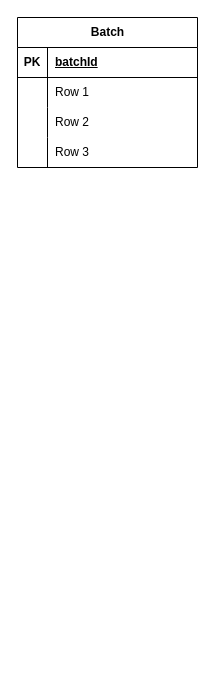
wardance-ferret/drawio keeps this draw.io diagram as iECHOBatchIDMismatch.drawio. Above is the earlier version. Source tidied: cells renumbered, new cells numbered last; positions are measured from the earlier drawing's top-left corner, leaving out a move shared by most shapes. Both pictures are drawn from the tidied source at 100%, with x=0, y=0 at pixel (17, 17).
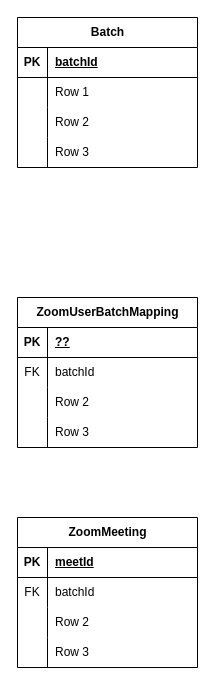
After the change.

Commit message:
add ZoomMeeting and ZoomUserBatchMapping

What changed in the source:
```diff
@@
+    <mxCell id="15" value="ZoomUserBatchMapping" style="shape=table;startSize=30;childLayout=tableLayout;rowLines=0;fontStyle=1;align=center;html=1;" parent="1" vertex="1">
+      <mxGeometry y="280" width="180" height="150" as="geometry" />
+    </mxCell>
+    <mxCell id="16" style="shape=tableRow;horizontal=0;startSize=0;swimlaneHead=0;swimlaneBody=0;fillColor=none;top=0;left=0;right=0;bottom=1;" parent="15" vertex="1">
+      <mxGeometry y="30" width="180" height="30" as="geometry" />
+    </mxCell>
+    <mxCell id="17" value="PK" style="shape=partialRectangle;fillColor=none;top=0;left=0;bottom=0;right=0;fontStyle=1;overflow=hidden;whiteSpace=wrap;html=1;" parent="16" vertex="1">
+      <mxGeometry width="30" height="30" as="geometry" />
+    </mxCell>
+    <mxCell id="18" value="??" style="shape=partialRectangle;fillColor=none;top=0;left=0;bottom=0;right=0;align=left;spacingLeft=6;fontStyle=5;overflow=hidden;whiteSpace=wrap;html=1;" parent="16" vertex="1">
+      <mxGeometry x="30" width="150" height="30" as="geometry" />
+    </mxCell>
+    <mxCell id="19" style="shape=tableRow;horizontal=0;startSize=0;swimlaneHead=0;swimlaneBody=0;fillColor=none;top=0;left=0;right=0;bottom=0;" parent="15" vertex="1">
+      <mxGeometry y="60" width="180" height="30" as="geometry" />
+    </mxCell>
+    <mxCell id="20" value="FK" style="shape=partialRectangle;fillColor=none;top=0;left=0;bottom=0;right=0;overflow=hidden;whiteSpace=wrap;html=1;" parent="19" vertex="1">
+      <mxGeometry width="30" height="30" as="geometry" />
+    </mxCell>
+    <mxCell id="21" value="batchId" style="shape=partialRectangle;fillColor=none;top=0;left=0;bottom=0;right=0;align=left;spacingLeft=6;overflow=hidden;whiteSpace=wrap;html=1;" parent="19" vertex="1">
+      <mxGeometry x="30" width="150" height="30" as="geometry" />
+    </mxCell>
+    <mxCell id="22" style="shape=tableRow;horizontal=0;startSize=0;swimlaneHead=0;swimlaneBody=0;fillColor=none;top=0;left=0;right=0;bottom=0;" parent="15" vertex="1">
+      <mxGeometry y="90" width="180" height="30" as="geometry" />
+    </mxCell>
+    <mxCell id="23" style="shape=partialRectangle;fillColor=none;top=0;left=0;bottom=0;right=0;overflow=hidden;whiteSpace=wrap;html=1;" parent="22" vertex="1">
+      <mxGeometry width="30" height="30" as="geometry" />
+    </mxCell>
+    <mxCell id="24" value="Row 2" style="shape=partialRectangle;fillColor=none;top=0;left=0;bottom=0;right=0;align=left;spacingLeft=6;overflow=hidden;whiteSpace=wrap;html=1;" parent="22" vertex="1">
+      <mxGeometry x="30" width="150" height="30" as="geometry" />
+    </mxCell>
+    <mxCell id="25" style="shape=tableRow;horizontal=0;startSize=0;swimlaneHead=0;swimlaneBody=0;fillColor=none;top=0;left=0;right=0;bottom=0;" parent="15" vertex="1">
+      <mxGeometry y="120" width="180" height="30" as="geometry" />
+    </mxCell>
+    <mxCell id="26" style="shape=partialRectangle;fillColor=none;top=0;left=0;bottom=0;right=0;overflow=hidden;whiteSpace=wrap;html=1;" parent="25" vertex="1">
+      <mxGeometry width="30" height="30" as="geometry" />
+    </mxCell>
+    <mxCell id="27" value="Row 3" style="shape=partialRectangle;fillColor=none;top=0;left=0;bottom=0;right=0;align=left;spacingLeft=6;overflow=hidden;whiteSpace=wrap;html=1;" parent="25" vertex="1">
+      <mxGeometry x="30" width="150" height="30" as="geometry" />
+    </mxCell>
+    <mxCell id="28" value="ZoomMeeting" style="shape=table;startSize=30;childLayout=tableLayout;rowLines=0;fontStyle=1;align=center;html=1;" parent="1" vertex="1">
+      <mxGeometry y="500" width="180" height="150" as="geometry" />
+    </mxCell>
+    <mxCell id="29" style="shape=tableRow;horizontal=0;startSize=0;swimlaneHead=0;swimlaneBody=0;fillColor=none;top=0;left=0;right=0;bottom=1;" parent="28" vertex="1">
+      <mxGeometry y="30" width="180" height="30" as="geometry" />
+    </mxCell>
+    <mxCell id="30" value="PK" style="shape=partialRectangle;fillColor=none;top=0;left=0;bottom=0;right=0;fontStyle=1;overflow=hidden;whiteSpace=wrap;html=1;" parent="29" vertex="1">
+      <mxGeometry width="30" height="30" as="geometry" />
+    </mxCell>
+    <mxCell id="31" value="meetId" style="shape=partialRectangle;fillColor=none;top=0;left=0;bottom=0;right=0;align=left;spacingLeft=6;fontStyle=5;overflow=hidden;whiteSpace=wrap;html=1;" parent="29" vertex="1">
+      <mxGeometry x="30" width="150" height="30" as="geometry" />
+    </mxCell>
+    <mxCell id="32" style="shape=tableRow;horizontal=0;startSize=0;swimlaneHead=0;swimlaneBody=0;fillColor=none;top=0;left=0;right=0;bottom=0;" parent="28" vertex="1">
+      <mxGeometry y="60" width="180" height="30" as="geometry" />
+    </mxCell>
+    <mxCell id="33" value="FK" style="shape=partialRectangle;fillColor=none;top=0;left=0;bottom=0;right=0;overflow=hidden;whiteSpace=wrap;html=1;" parent="32" vertex="1">
+      <mxGeometry width="30" height="30" as="geometry" />
+    </mxCell>
+    <mxCell id="34" value="batchId" style="shape=partialRectangle;fillColor=none;top=0;left=0;bottom=0;right=0;align=left;spacingLeft=6;overflow=hidden;whiteSpace=wrap;html=1;" parent="32" vertex="1">
+      <mxGeometry x="30" width="150" height="30" as="geometry" />
+    </mxCell>
+    <mxCell id="35" style="shape=tableRow;horizontal=0;startSize=0;swimlaneHead=0;swimlaneBody=0;fillColor=none;top=0;left=0;right=0;bottom=0;" parent="28" vertex="1">
+      <mxGeometry y="90" width="180" height="30" as="geometry" />
+    </mxCell>
+    <mxCell id="36" style="shape=partialRectangle;fillColor=none;top=0;left=0;bottom=0;right=0;overflow=hidden;whiteSpace=wrap;html=1;" parent="35" vertex="1">
+      <mxGeometry width="30" height="30" as="geometry" />
+    </mxCell>
+    <mxCell id="37" value="Row 2" style="shape=partialRectangle;fillColor=none;top=0;left=0;bottom=0;right=0;align=left;spacingLeft=6;overflow=hidden;whiteSpace=wrap;html=1;" parent="35" vertex="1">
+      <mxGeometry x="30" width="150" height="30" as="geometry" />
+    </mxCell>
+    <mxCell id="38" style="shape=tableRow;horizontal=0;startSize=0;swimlaneHead=0;swimlaneBody=0;fillColor=none;top=0;left=0;right=0;bottom=0;" parent="28" vertex="1">
+      <mxGeometry y="120" width="180" height="30" as="geometry" />
+    </mxCell>
+    <mxCell id="39" style="shape=partialRectangle;fillColor=none;top=0;left=0;bottom=0;right=0;overflow=hidden;whiteSpace=wrap;html=1;" parent="38" vertex="1">
+      <mxGeometry width="30" height="30" as="geometry" />
+    </mxCell>
+    <mxCell id="40" value="Row 3" style="shape=partialRectangle;fillColor=none;top=0;left=0;bottom=0;right=0;align=left;spacingLeft=6;overflow=hidden;whiteSpace=wrap;html=1;" parent="38" vertex="1">
+      <mxGeometry x="30" width="150" height="30" as="geometry" />
+    </mxCell>
```
